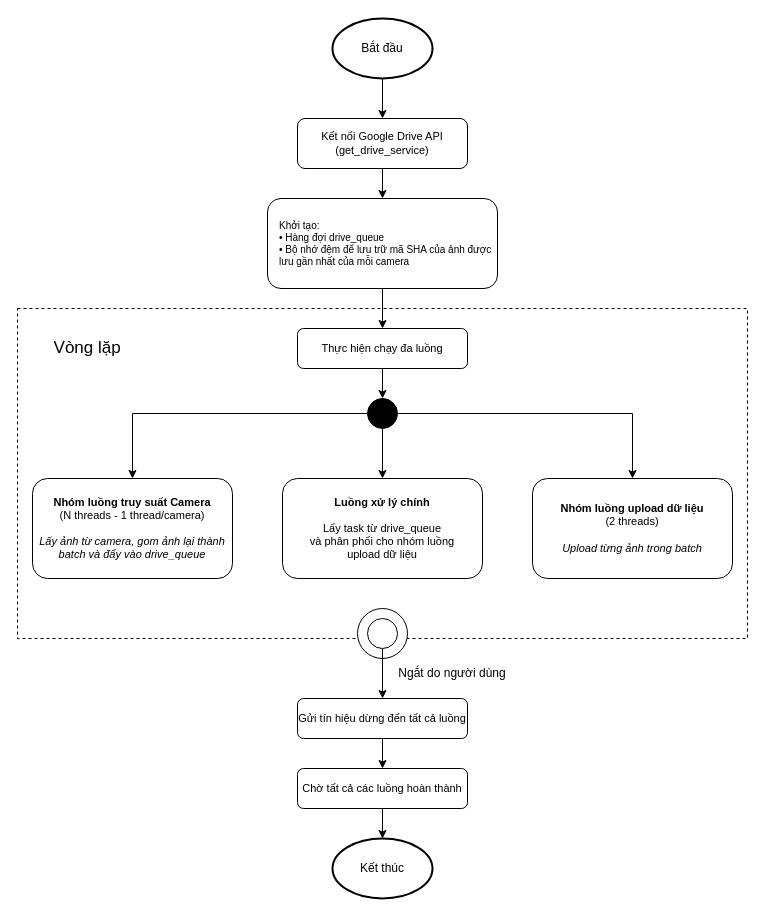
Earlier version of the draw.io diagram fig/upload_raw_images.drawio (Denzaro/DATN_Thesis). Source tidied: cells renumbered, new cells numbered last; positions are measured from the earlier drawing's top-left corner, leaving out a move shared by most shapes. Both pictures are drawn from the tidied source at 100%, with x=0, y=0 at pixel (17, 18).
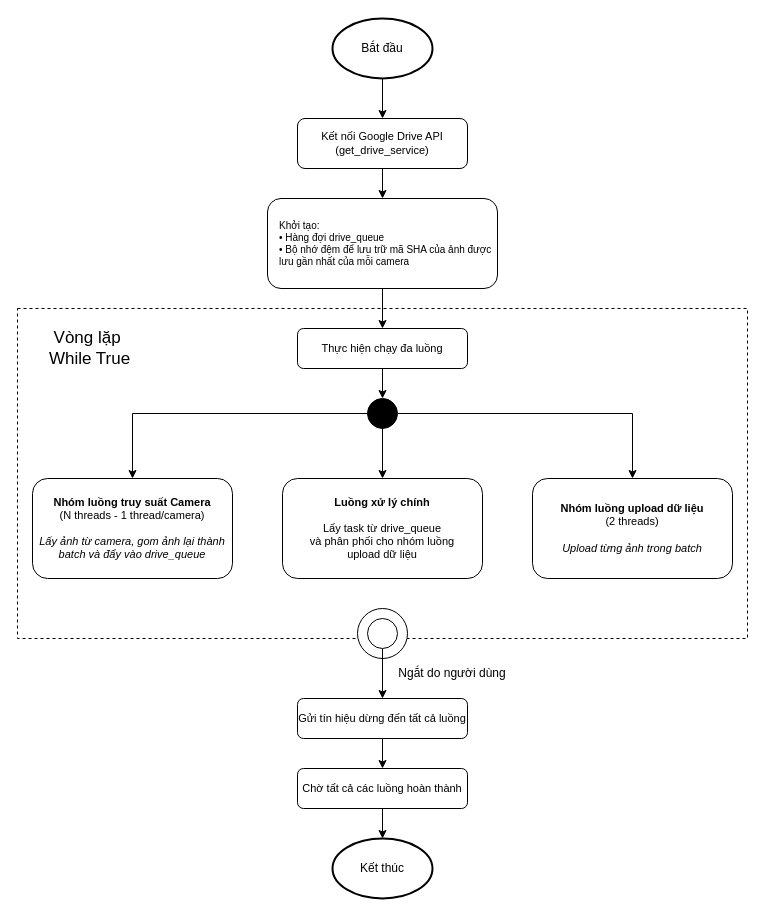
The same diagram, later.

Diff of the diagram source:
```diff
@@
-    <mxCell id="27" value="Vòng lặp&amp;nbsp;" style="text;html=1;whiteSpace=wrap;strokeColor=none;fillColor=none;align=center;verticalAlign=middle;rounded=0;fontSize=17;" parent="1" vertex="1">
+    <mxCell id="27" value="Vòng lặp&amp;nbsp;&lt;br&gt;While True" style="text;html=1;whiteSpace=wrap;strokeColor=none;fillColor=none;align=center;verticalAlign=middle;rounded=0;fontSize=17;" parent="1" vertex="1">
       <mxGeometry x="15" y="310" width="115" height="40" as="geometry" />
     </mxCell>
```
